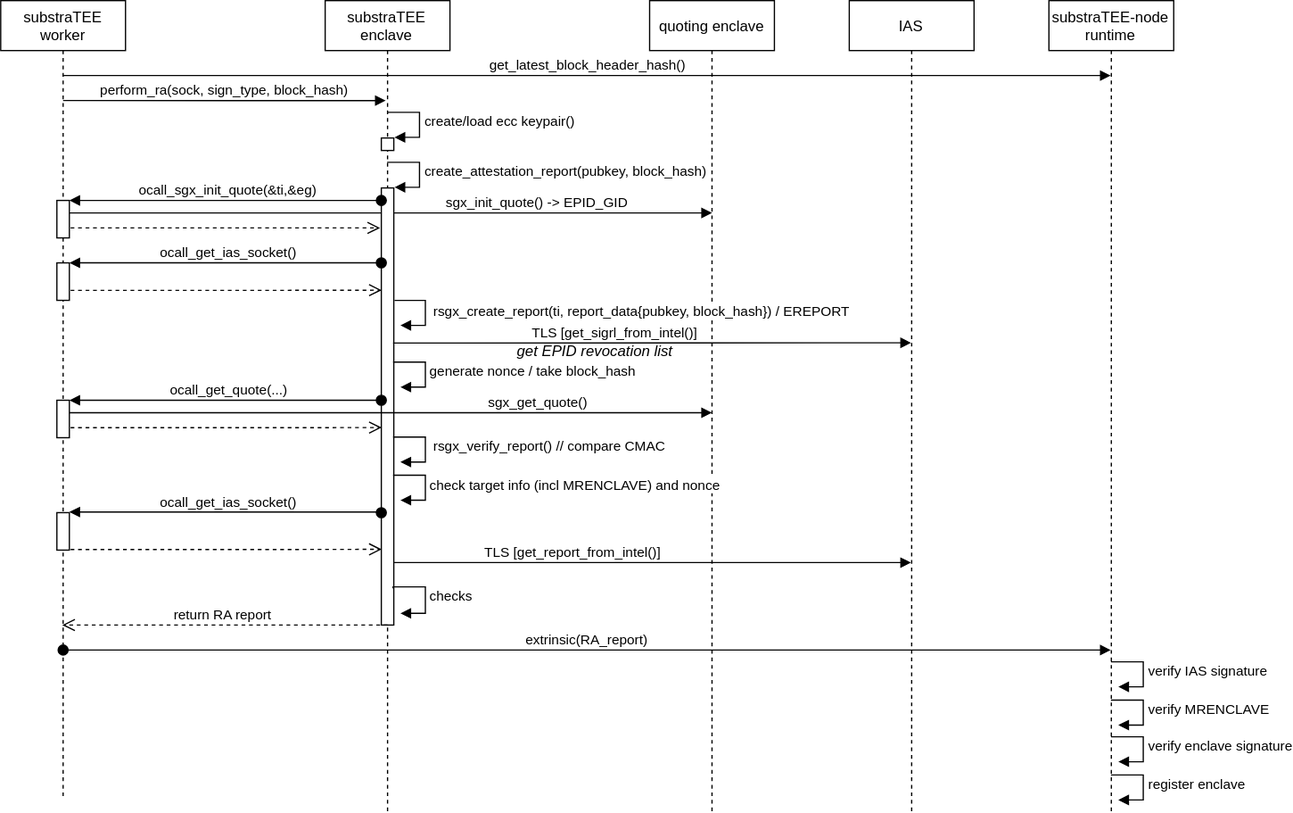
The draw.io diagram attestation_registry_sequence.svg in integritee-network/substraTEE, before a commit. Source tidied: cells renumbered, new cells last; positions are measured from the earlier drawing's top-left corner, leaving out a move shared by most shapes.
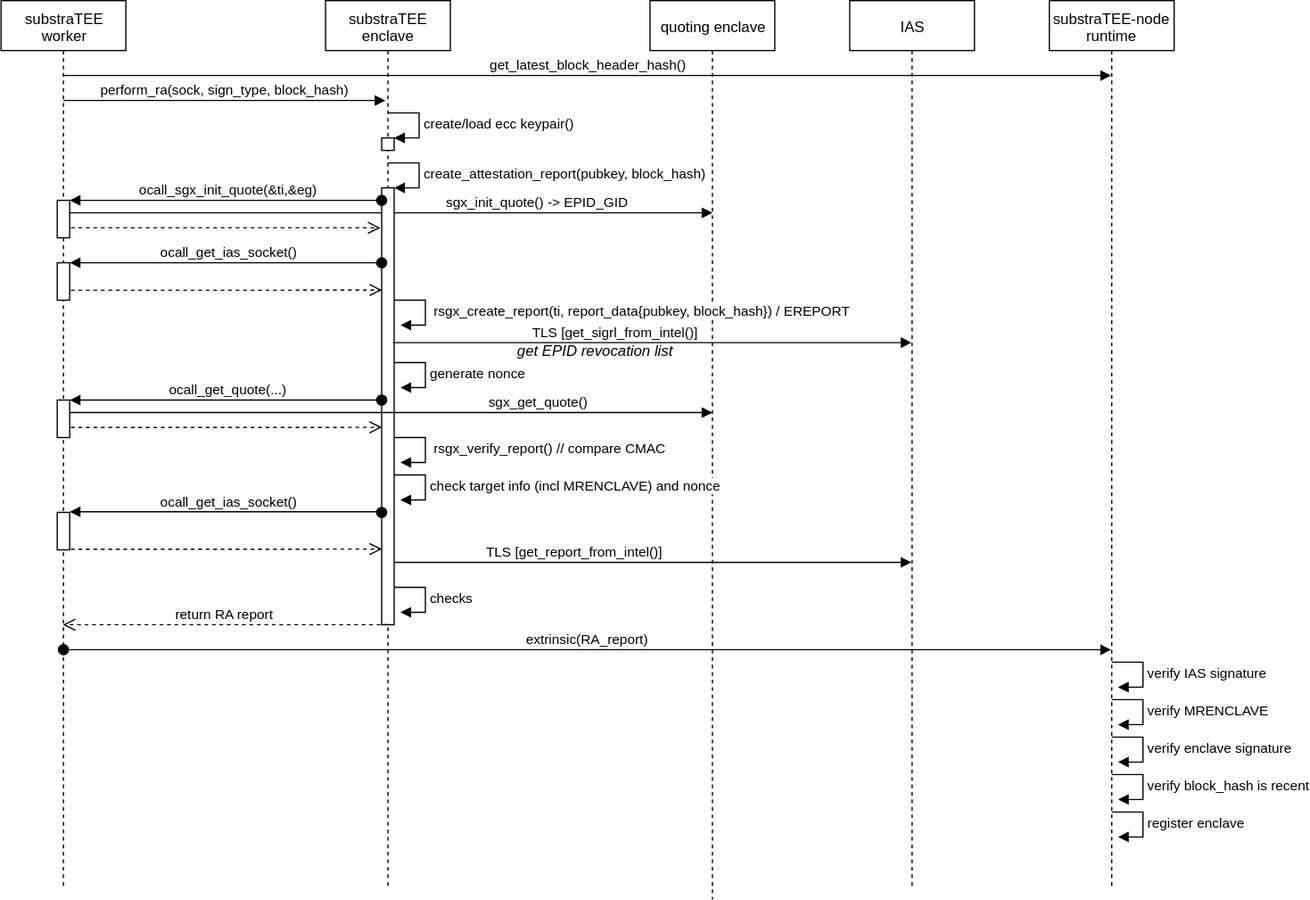
After the change.

The edit, as a diff of the source:
```diff
@@ -3,9 +3,9 @@
     <mxCell id="0" />
     <mxCell id="1" parent="0" />
     <mxCell id="2" value="&lt;div&gt;substraTEE&lt;/div&gt;&lt;div&gt;worker&lt;/div&gt;" style="shape=umlLifeline;perimeter=lifelinePerimeter;whiteSpace=wrap;html=1;outlineConnect=0;" parent="1" vertex="1">
-      <mxGeometry width="100" height="640" as="geometry" />
+      <mxGeometry width="100" height="710" as="geometry" />
     </mxCell>
-    <mxCell id="3" value="perform_ra(sock, sign_type, block_hash)" style="html=1;verticalAlign=bottom;endArrow=block;entryX=0.48;entryY=0.123;entryDx=0;entryDy=0;entryPerimeter=0;" parent="2" edge="1" target="9">
+    <mxCell id="3" value="perform_ra(sock, sign_type, block_hash)" style="html=1;verticalAlign=bottom;endArrow=block;entryX=0.48;entryY=0.112;entryDx=0;entryDy=0;entryPerimeter=0;" parent="2" edge="1" target="9">
       <mxGeometry relative="1" as="geometry">
         <mxPoint x="50" y="80" as="sourcePoint" />
       </mxGeometry>
@@ -39,7 +39,7 @@
       </mxGeometry>
     </mxCell>
     <mxCell id="9" value="&lt;div&gt;substraTEE&lt;/div&gt;&lt;div&gt;enclave&lt;/div&gt;" style="html=1;points=[];perimeter=orthogonalPerimeter;shape=umlLifeline;participant=label;fontFamily=Helvetica;fontSize=12;fontColor=#000000;align=center;strokeColor=#000000;fillColor=#ffffff;" parent="1" vertex="1">
-      <mxGeometry x="260" width="100" height="650" as="geometry" />
+      <mxGeometry x="260" width="100" height="710" as="geometry" />
     </mxCell>
     <mxCell id="10" style="html=1;points=[];perimeter=orthogonalPerimeter;" parent="9" vertex="1">
       <mxGeometry x="45" y="110" width="10" height="10" as="geometry" />
@@ -66,7 +66,7 @@
       </mxGeometry>
     </mxCell>
     <mxCell id="14" value="&lt;div&gt;quoting enclave&lt;/div&gt;" style="shape=umlLifeline;perimeter=lifelinePerimeter;whiteSpace=wrap;html=1;" parent="1" vertex="1">
-      <mxGeometry x="520" width="100" height="650" as="geometry" />
+      <mxGeometry x="520" width="100" height="720" as="geometry" />
     </mxCell>
     <mxCell id="15" style="html=1;verticalAlign=bottom;endArrow=open;dashed=1;endSize=8;" parent="1" edge="1">
       <mxGeometry relative="1" as="geometry">
@@ -95,7 +95,7 @@
       </mxGeometry>
     </mxCell>
     <mxCell id="19" value="IAS" style="shape=umlLifeline;perimeter=lifelinePerimeter;whiteSpace=wrap;html=1;outlineConnect=0;" parent="1" vertex="1">
-      <mxGeometry x="680" width="100" height="650" as="geometry" />
+      <mxGeometry x="680" width="100" height="710" as="geometry" />
     </mxCell>
     <mxCell id="20" value="TLS [get_sigrl_from_intel()]" style="html=1;verticalAlign=bottom;endArrow=block;exitX=0.9;exitY=0.354;exitDx=0;exitDy=0;exitPerimeter=0;" parent="1" edge="1" source="12" target="19">
       <mxGeometry x="-0.14" relative="1" as="geometry">
@@ -116,7 +116,7 @@
         </Array>
       </mxGeometry>
     </mxCell>
-    <mxCell id="23" value="generate nonce / take block_hash" style="edgeStyle=orthogonalEdgeStyle;html=1;align=left;spacingLeft=2;endArrow=block;rounded=0;entryX=1;entryY=0;" parent="1" edge="1">
+    <mxCell id="23" value="generate nonce" style="edgeStyle=orthogonalEdgeStyle;html=1;align=left;spacingLeft=2;endArrow=block;rounded=0;entryX=1;entryY=0;" parent="1" edge="1">
       <mxGeometry relative="1" as="geometry">
         <mxPoint x="314.9" y="289.8" as="sourcePoint" />
         <mxPoint x="320.4" y="309.8" as="targetPoint" />
@@ -214,7 +214,7 @@
       </mxGeometry>
     </mxCell>
     <mxCell id="36" value="substraTEE-node runtime" style="shape=umlLifeline;perimeter=lifelinePerimeter;whiteSpace=wrap;html=1;outlineConnect=0;" parent="1" vertex="1">
-      <mxGeometry x="840" width="100" height="650" as="geometry" />
+      <mxGeometry x="840" width="100" height="710" as="geometry" />
     </mxCell>
     <mxCell id="37" value="verify IAS signature" style="edgeStyle=orthogonalEdgeStyle;html=1;align=left;spacingLeft=2;endArrow=block;rounded=0;entryX=1;entryY=0;" parent="1" edge="1">
       <mxGeometry relative="1" as="geometry">
@@ -227,10 +227,10 @@
     </mxCell>
     <mxCell id="38" value="register enclave" style="edgeStyle=orthogonalEdgeStyle;html=1;align=left;spacingLeft=2;endArrow=block;rounded=0;entryX=1;entryY=0;" parent="1" edge="1">
       <mxGeometry relative="1" as="geometry">
-        <mxPoint x="890" y="620" as="sourcePoint" />
-        <mxPoint x="895" y="640" as="targetPoint" />
+        <mxPoint x="890" y="650" as="sourcePoint" />
+        <mxPoint x="895" y="670" as="targetPoint" />
         <Array as="points">
-          <mxPoint x="915" y="620" />
+          <mxPoint x="915" y="650" />
         </Array>
       </mxGeometry>
     </mxCell>
@@ -252,5 +252,14 @@
         </Array>
       </mxGeometry>
     </mxCell>
+    <mxCell id="41" value="verify block_hash is recent" style="edgeStyle=orthogonalEdgeStyle;html=1;align=left;spacingLeft=2;endArrow=block;rounded=0;entryX=1;entryY=0;" parent="1" edge="1">
+      <mxGeometry relative="1" as="geometry">
+        <mxPoint x="889.9" y="620.1" as="sourcePoint" />
+        <mxPoint x="894.6" y="640.1" as="targetPoint" />
+        <Array as="points">
+          <mxPoint x="914.5" y="620" />
+        </Array>
+      </mxGeometry>
+    </mxCell>
   </root>
 </mxGraphModel>
```
